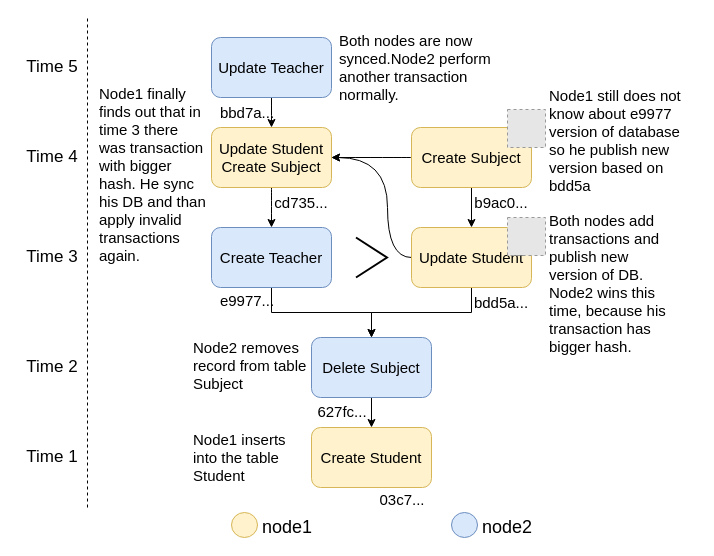
IPFSexplorer/latex keeps this draw.io diagram as diagrams/DBconflict.drawio. Above is the earlier version. Source tidied: cells renumbered, new cells numbered last; positions are measured from the earlier drawing's top-left corner, leaving out a move shared by most shapes. Both pictures are drawn from the tidied source at 100%, with x=0, y=0 at pixel (17, 17). Pictures stored in the file or linked from it are replaced by grey dashed boxes.
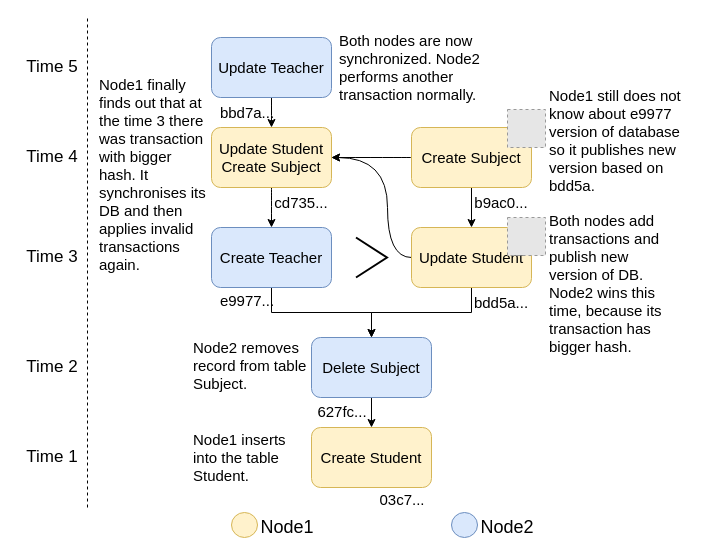
After the change.

The edit, as a diff of the source:
```diff
@@
-    <mxCell id="14" value="Node1 inserts into the table Student" style="text;html=1;strokeColor=none;fillColor=none;align=left;verticalAlign=middle;whiteSpace=wrap;rounded=0;fontSize=15;" parent="1" vertex="1">
+    <mxCell id="14" value="Node1 inserts into the table Student." style="text;html=1;strokeColor=none;fillColor=none;align=left;verticalAlign=middle;whiteSpace=wrap;rounded=0;fontSize=15;" parent="1" vertex="1">
       <mxGeometry x="174" y="412" width="120" height="55" as="geometry" />
     </mxCell>
-    <mxCell id="15" value="Node2 removes record from table Subject" style="text;html=1;strokeColor=none;fillColor=none;align=left;verticalAlign=middle;whiteSpace=wrap;rounded=0;fontSize=15;" parent="1" vertex="1">
+    <mxCell id="15" value="Node2 removes record from table Subject." style="text;html=1;strokeColor=none;fillColor=none;align=left;verticalAlign=middle;whiteSpace=wrap;rounded=0;fontSize=15;" parent="1" vertex="1">
       <mxGeometry x="174" y="320" width="120" height="55" as="geometry" />
     </mxCell>
@@
-    <mxCell id="35" value="Both nodes add transactions and publish new version of DB. Node2 wins this time, because his transaction has bigger hash." style="text;html=1;strokeColor=none;fillColor=none;align=left;verticalAlign=middle;whiteSpace=wrap;rounded=0;fontSize=15;" parent="1" vertex="1">
+    <mxCell id="35" value="Both nodes add transactions and publish new version of DB. Node2 wins this time, because its transaction has bigger hash." style="text;html=1;strokeColor=none;fillColor=none;align=left;verticalAlign=middle;whiteSpace=wrap;rounded=0;fontSize=15;" parent="1" vertex="1">
       <mxGeometry x="530" y="207.5" width="130" height="117.5" as="geometry" />
     </mxCell>
@@
-    <mxCell id="37" value="node1" style="text;html=1;strokeColor=none;fillColor=none;align=center;verticalAlign=middle;whiteSpace=wrap;rounded=0;glass=0;labelBackgroundColor=#ffffff;fontSize=18;" parent="1" vertex="1">
+    <mxCell id="37" value="Node1" style="text;html=1;strokeColor=none;fillColor=none;align=center;verticalAlign=middle;whiteSpace=wrap;rounded=0;glass=0;labelBackgroundColor=#ffffff;fontSize=18;" parent="1" vertex="1">
       <mxGeometry x="250" y="500" width="40" height="20" as="geometry" />
     </mxCell>
@@
-    <mxCell id="39" value="node2" style="text;html=1;strokeColor=none;fillColor=none;align=center;verticalAlign=middle;whiteSpace=wrap;rounded=0;glass=0;labelBackgroundColor=#ffffff;fontSize=18;" parent="1" vertex="1">
+    <mxCell id="39" value="Node2" style="text;html=1;strokeColor=none;fillColor=none;align=center;verticalAlign=middle;whiteSpace=wrap;rounded=0;glass=0;labelBackgroundColor=#ffffff;fontSize=18;" parent="1" vertex="1">
       <mxGeometry x="470" y="500" width="40" height="20" as="geometry" />
     </mxCell>
-    <mxCell id="40" value="Node1 still does not know about e9977 version of database so he publish new version based on bdd5a" style="text;html=1;strokeColor=none;fillColor=none;align=left;verticalAlign=middle;whiteSpace=wrap;rounded=0;fontSize=15;" parent="1" vertex="1">
+    <mxCell id="40" value="Node1 still does not know about e9977 version of database so it publishes new version based on bdd5a." style="text;html=1;strokeColor=none;fillColor=none;align=left;verticalAlign=middle;whiteSpace=wrap;rounded=0;fontSize=15;" parent="1" vertex="1">
       <mxGeometry x="530" y="95" width="150" height="55" as="geometry" />
     </mxCell>
-    <mxCell id="41" value="Node1 finally finds out that in time 3 there was transaction with bigger hash. He sync his DB and than apply invalid transactions again.&amp;nbsp;" style="text;html=1;strokeColor=none;fillColor=none;align=left;verticalAlign=middle;whiteSpace=wrap;rounded=0;glass=0;labelBackgroundColor=#ffffff;fontSize=15;" parent="1" vertex="1">
+    <mxCell id="41" value="Node1 finally finds out that at the time 3 there was transaction with bigger hash. It synchronises its DB and then applies invalid transactions again." style="text;html=1;strokeColor=none;fillColor=none;align=left;verticalAlign=middle;whiteSpace=wrap;rounded=0;glass=0;labelBackgroundColor=#ffffff;fontSize=15;" parent="1" vertex="1">
       <mxGeometry x="80" y="92" width="110" height="130" as="geometry" />
     </mxCell>
-    <mxCell id="42" value="Both nodes are now synced.Node2 perform another transaction normally." style="text;html=1;strokeColor=none;fillColor=none;align=left;verticalAlign=middle;whiteSpace=wrap;rounded=0;glass=0;labelBackgroundColor=#ffffff;fontSize=15;" parent="1" vertex="1">
+    <mxCell id="42" value="Both nodes are now synchronized. Node2 performs another transaction normally." style="text;html=1;strokeColor=none;fillColor=none;align=left;verticalAlign=middle;whiteSpace=wrap;rounded=0;glass=0;labelBackgroundColor=#ffffff;fontSize=15;" parent="1" vertex="1">
       <mxGeometry x="320" y="10" width="190" height="80" as="geometry" />
     </mxCell>
```
